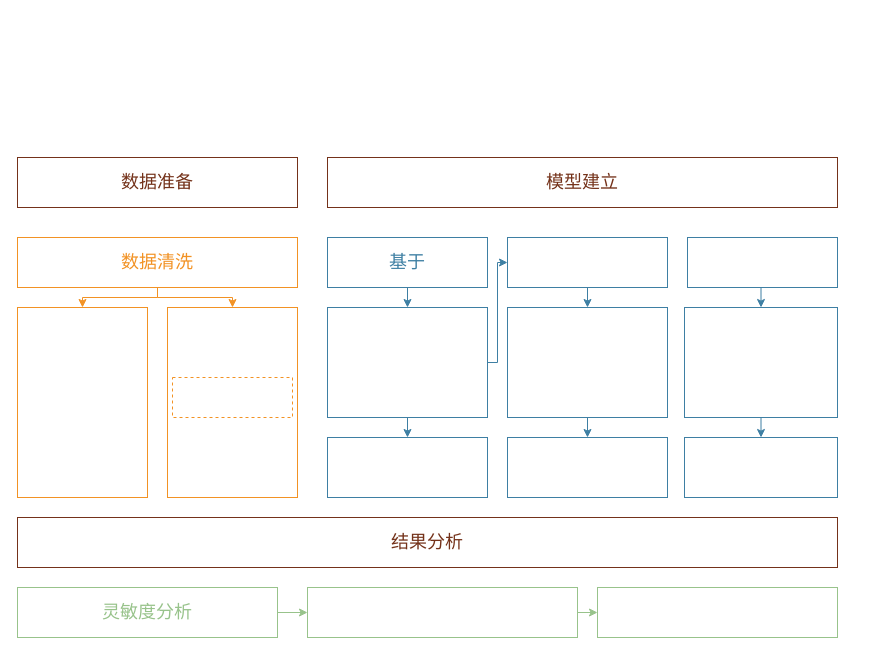
RyunMi/Math-model-code keeps this draw.io diagram as flowgraph/flow.drawio. Above is the earlier version. Source tidied: cells renumbered, new cells numbered last; positions are measured from the earlier drawing's top-left corner, leaving out a move shared by most shapes. Both pictures are drawn from the tidied source at 100%, with x=0, y=0 at pixel (17, 157).
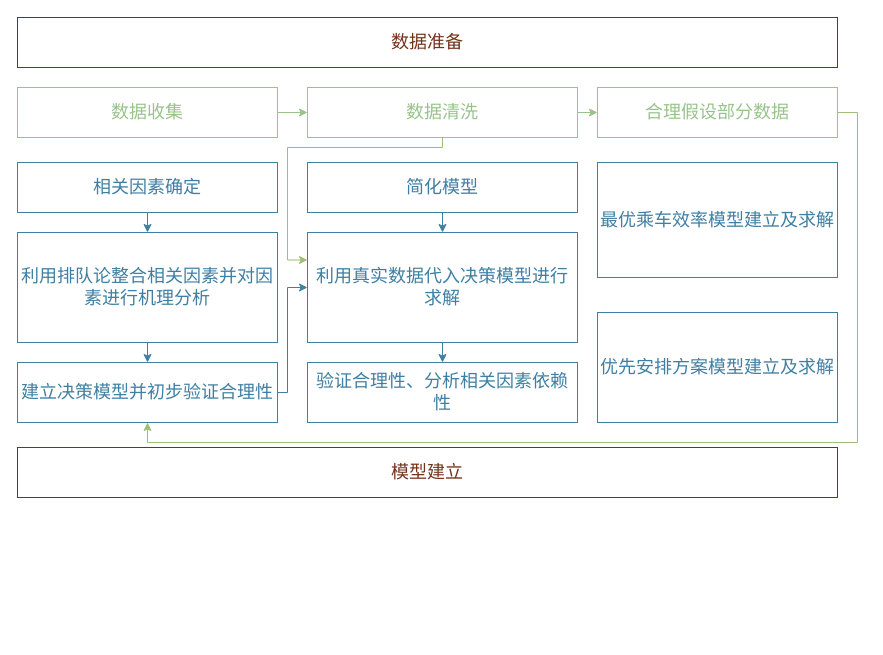
After the change.

The edit, as a diff of the source:
```diff
@@
-    <mxCell id="2" value="&lt;font color=&quot;#74321a&quot; style=&quot;font-size: 18px&quot;&gt;数据准备&lt;/font&gt;" style="rounded=0;whiteSpace=wrap;html=1;fillColor=#FFFFFF;strokeColor=#74321A;" parent="1" vertex="1">
-      <mxGeometry width="280" height="50" as="geometry" />
-    </mxCell>
-    <mxCell id="3" style="edgeStyle=orthogonalEdgeStyle;rounded=0;jettySize=auto;html=1;exitX=0.5;exitY=1;exitDx=0;exitDy=0;entryX=0.5;entryY=0;entryDx=0;entryDy=0;strokeColor=#F29224;" parent="1" edge="1" source="5" target="7">
-      <mxGeometry relative="1" as="geometry">
-        <Array as="points">
-          <mxPoint x="140" y="140" />
-          <mxPoint x="65" y="140" />
-        </Array>
-      </mxGeometry>
-    </mxCell>
-    <mxCell id="4" style="edgeStyle=orthogonalEdgeStyle;rounded=0;jettySize=auto;html=1;exitX=0.5;exitY=1;exitDx=0;exitDy=0;entryX=0.5;entryY=0;entryDx=0;entryDy=0;strokeColor=#F29224;" parent="1" edge="1" source="5" target="8">
-      <mxGeometry relative="1" as="geometry">
-        <Array as="points">
-          <mxPoint x="140" y="140" />
-          <mxPoint x="215" y="140" />
-        </Array>
-      </mxGeometry>
-    </mxCell>
-    <mxCell id="5" value="&lt;font color=&quot;#f29224&quot; style=&quot;font-size: 18px&quot;&gt;数据清洗&lt;/font&gt;" style="rounded=0;whiteSpace=wrap;html=1;strokeColor=#F29224;" parent="1" vertex="1">
-      <mxGeometry y="80" width="280" height="50" as="geometry" />
-    </mxCell>
     <mxCell id="6" value="&lt;font color=&quot;#74321a&quot; style=&quot;font-size: 18px&quot;&gt;模型建立&lt;/font&gt;" style="rounded=0;whiteSpace=wrap;html=1;fillColor=#FFFFFF;strokeColor=#74321A;" parent="1" vertex="1">
-      <mxGeometry x="310" width="510" height="50" as="geometry" />
+      <mxGeometry y="290" width="820" height="50" as="geometry" />
     </mxCell>
-    <mxCell id="7" style="rounded=0;whiteSpace=wrap;html=1;strokeColor=#F29224;" parent="1" vertex="1">
-      <mxGeometry y="150" width="130" height="190" as="geometry" />
-    </mxCell>
-    <mxCell id="8" style="rounded=0;whiteSpace=wrap;html=1;strokeColor=#F29224;" parent="1" vertex="1">
-      <mxGeometry x="150" y="150" width="130" height="190" as="geometry" />
-    </mxCell>
@@
-    <mxCell id="10" value="&lt;font style=&quot;font-size: 18px&quot; color=&quot;#3e7fa3&quot;&gt;基于&lt;/font&gt;" style="rounded=0;whiteSpace=wrap;html=1;strokeColor=#3E7FA3;" parent="1" vertex="1">
-      <mxGeometry x="310" y="80" width="160" height="50" as="geometry" />
+    <mxCell id="10" value="&lt;font style=&quot;font-size: 18px&quot; color=&quot;#3e7fa3&quot;&gt;相关因素确定&lt;/font&gt;" style="rounded=0;whiteSpace=wrap;html=1;strokeColor=#3E7FA3;" parent="1" vertex="1">
+      <mxGeometry y="5" width="260" height="50" as="geometry" />
     </mxCell>
@@
-    <mxCell id="12" style="rounded=0;whiteSpace=wrap;html=1;strokeColor=#3E7FA3;" parent="1" vertex="1">
-      <mxGeometry x="490" y="80" width="160" height="50" as="geometry" />
+    <mxCell id="12" value="&lt;span style=&quot;color: rgb(62 , 127 , 163) ; font-family: &amp;#34;helvetica&amp;#34; ; font-size: 18px ; font-style: normal ; font-weight: 400 ; letter-spacing: normal ; text-align: center ; text-indent: 0px ; text-transform: none ; word-spacing: 0px ; background-color: rgb(255 , 255 , 255) ; display: inline ; float: none&quot;&gt;简化模型&lt;/span&gt;" style="rounded=0;whiteSpace=wrap;html=1;strokeColor=#3E7FA3;" parent="1" vertex="1">
+      <mxGeometry x="290" y="5" width="270" height="50" as="geometry" />
     </mxCell>
-    <mxCell id="13" style="edgeStyle=orthogonalEdgeStyle;rounded=0;jettySize=auto;html=1;exitX=0.5;exitY=1;exitDx=0;exitDy=0;entryX=0.5;entryY=0;entryDx=0;entryDy=0;strokeColor=#3E7FA3;" parent="1" edge="1" source="14" target="24">
-      <mxGeometry relative="1" as="geometry" />
-    </mxCell>
-    <mxCell id="14" style="rounded=0;whiteSpace=wrap;html=1;strokeColor=#3E7FA3;" parent="1" vertex="1">
-      <mxGeometry x="670" y="80" width="150" height="50" as="geometry" />
+    <mxCell id="14" value="&lt;span style=&quot;color: rgb(62 , 127 , 163) ; font-family: &amp;#34;helvetica&amp;#34; ; font-size: 18px ; font-style: normal ; font-weight: 400 ; letter-spacing: normal ; text-align: center ; text-indent: 0px ; text-transform: none ; word-spacing: 0px ; background-color: rgb(255 , 255 , 255) ; display: inline ; float: none&quot;&gt;最优乘车效率模型建立及求解&lt;/span&gt;" style="rounded=0;whiteSpace=wrap;html=1;strokeColor=#3E7FA3;" parent="1" vertex="1">
+      <mxGeometry x="580" y="5" width="240" height="115" as="geometry" />
     </mxCell>
-    <mxCell id="15" value="&lt;font color=&quot;#74321a&quot; style=&quot;font-size: 18px&quot;&gt;结果分析&lt;/font&gt;" style="rounded=0;whiteSpace=wrap;html=1;strokeColor=#74321A;" parent="1" vertex="1">
-      <mxGeometry y="360" width="820" height="50" as="geometry" />
-    </mxCell>
@@
-    <mxCell id="17" style="edgeStyle=orthogonalEdgeStyle;rounded=0;jettySize=auto;html=1;exitX=1;exitY=0.5;exitDx=0;exitDy=0;entryX=0;entryY=0.5;entryDx=0;entryDy=0;strokeColor=#3E7FA3;" parent="1" edge="1" source="18" target="12">
-      <mxGeometry relative="1" as="geometry">
-        <Array as="points">
-          <mxPoint x="480" y="205" />
-          <mxPoint x="480" y="105" />
-        </Array>
-      </mxGeometry>
-    </mxCell>
-    <mxCell id="18" style="rounded=0;whiteSpace=wrap;html=1;strokeColor=#3E7FA3;" parent="1" vertex="1">
-      <mxGeometry x="310" y="150" width="160" height="110" as="geometry" />
+    <mxCell id="18" value="&lt;span style=&quot;color: rgb(62 , 127 , 163) ; font-family: &amp;#34;helvetica&amp;#34; ; font-size: 18px ; font-style: normal ; font-weight: 400 ; letter-spacing: normal ; text-align: center ; text-indent: 0px ; text-transform: none ; word-spacing: 0px ; background-color: rgb(255 , 255 , 255) ; display: inline ; float: none&quot;&gt;利用排队论整合相关因素并对因素进行机理分析&lt;/span&gt;" style="rounded=0;whiteSpace=wrap;html=1;strokeColor=#3E7FA3;" parent="1" vertex="1">
+      <mxGeometry y="75" width="260" height="110" as="geometry" />
     </mxCell>
+    <mxCell id="32" style="edgeStyle=orthogonalEdgeStyle;rounded=0;jettySize=auto;html=1;exitX=1;exitY=0.5;exitDx=0;exitDy=0;entryX=0;entryY=0.5;entryDx=0;entryDy=0;strokeColor=#3E7FA3;fillColor=#3E7FA3;" parent="1" edge="1" source="19" target="21">
+      <mxGeometry relative="1" as="geometry">
+        <Array as="points">
+          <mxPoint x="270" y="235" />
+          <mxPoint x="270" y="130" />
+        </Array>
+      </mxGeometry>
+    </mxCell>
-    <mxCell id="19" style="rounded=0;whiteSpace=wrap;html=1;strokeColor=#3E7FA3;" parent="1" vertex="1">
-      <mxGeometry x="310" y="280" width="160" height="60" as="geometry" />
+    <mxCell id="19" value="&lt;span style=&quot;color: rgb(62 , 127 , 163) ; font-size: 18px&quot;&gt;建立决策模型并初步验证合理性&lt;/span&gt;" style="rounded=0;whiteSpace=wrap;html=1;strokeColor=#3E7FA3;" parent="1" vertex="1">
+      <mxGeometry y="205" width="260" height="60" as="geometry" />
     </mxCell>
@@
-    <mxCell id="21" style="rounded=0;whiteSpace=wrap;html=1;strokeColor=#3E7FA3;" parent="1" vertex="1">
-      <mxGeometry x="490" y="150" width="160" height="110" as="geometry" />
+    <mxCell id="21" value="&lt;span style=&quot;color: rgb(62 , 127 , 163) ; font-size: 18px&quot;&gt;利用真实数据代入决策模型进行求解&lt;/span&gt;" style="rounded=0;whiteSpace=wrap;html=1;strokeColor=#3E7FA3;" parent="1" vertex="1">
+      <mxGeometry x="290" y="75" width="270" height="110" as="geometry" />
     </mxCell>
-    <mxCell id="22" style="rounded=0;whiteSpace=wrap;html=1;strokeColor=#3E7FA3;" parent="1" vertex="1">
-      <mxGeometry x="490" y="280" width="160" height="60" as="geometry" />
+    <mxCell id="22" value="&lt;span style=&quot;color: rgb(62 , 127 , 163) ; font-size: 18px&quot;&gt;验证合理性、分析相关因素依赖性&lt;/span&gt;" style="rounded=0;whiteSpace=wrap;html=1;strokeColor=#3E7FA3;" parent="1" vertex="1">
+      <mxGeometry x="290" y="205" width="270" height="60" as="geometry" />
     </mxCell>
-    <mxCell id="23" style="edgeStyle=orthogonalEdgeStyle;rounded=0;jettySize=auto;html=1;exitX=0.5;exitY=1;exitDx=0;exitDy=0;entryX=0.5;entryY=0;entryDx=0;entryDy=0;strokeColor=#3E7FA3;" parent="1" edge="1" source="24" target="30">
-      <mxGeometry relative="1" as="geometry" />
-    </mxCell>
-    <mxCell id="24" style="rounded=0;whiteSpace=wrap;html=1;strokeColor=#3E7FA3;" parent="1" vertex="1">
-      <mxGeometry x="667" y="150" width="153" height="110" as="geometry" />
+    <mxCell id="24" value="&lt;span style=&quot;color: rgb(62 , 127 , 163) ; font-family: &amp;#34;helvetica&amp;#34; ; font-size: 18px&quot;&gt;优先安排方案模型建立及求解&lt;/span&gt;" style="rounded=0;whiteSpace=wrap;html=1;strokeColor=#3E7FA3;" parent="1" vertex="1">
+      <mxGeometry x="580" y="155" width="240" height="110" as="geometry" />
     </mxCell>
-    <mxCell id="25" style="edgeStyle=orthogonalEdgeStyle;rounded=0;jettySize=auto;html=1;exitX=1;exitY=0.5;exitDx=0;exitDy=0;entryX=0;entryY=0.5;entryDx=0;entryDy=0;strokeColor=#98C38B;" parent="1" edge="1" source="26" target="28">
-      <mxGeometry relative="1" as="geometry" />
-    </mxCell>
-    <mxCell id="26" value="&lt;font color=&quot;#98c38b&quot; style=&quot;font-size: 18px&quot;&gt;灵敏度分析&lt;/font&gt;" style="rounded=0;whiteSpace=wrap;html=1;strokeColor=#98C38B;" parent="1" vertex="1">
-      <mxGeometry y="430" width="260" height="50" as="geometry" />
-    </mxCell>
-    <mxCell id="27" style="edgeStyle=orthogonalEdgeStyle;rounded=0;jettySize=auto;html=1;exitX=1;exitY=0.5;exitDx=0;exitDy=0;entryX=0;entryY=0.5;entryDx=0;entryDy=0;strokeColor=#98C38B;" parent="1" edge="1" source="28" target="29">
-      <mxGeometry relative="1" as="geometry" />
-    </mxCell>
-    <mxCell id="28" style="rounded=0;whiteSpace=wrap;html=1;strokeColor=#98C38B;" parent="1" vertex="1">
-      <mxGeometry x="290" y="430" width="270" height="50" as="geometry" />
-    </mxCell>
-    <mxCell id="29" style="rounded=0;whiteSpace=wrap;html=1;strokeColor=#98C38B;" parent="1" vertex="1">
-      <mxGeometry x="580" y="430" width="240" height="50" as="geometry" />
-    </mxCell>
-    <mxCell id="30" style="rounded=0;whiteSpace=wrap;html=1;strokeColor=#3E7FA3;" parent="1" vertex="1">
-      <mxGeometry x="667" y="280" width="153" height="60" as="geometry" />
-    </mxCell>
-    <mxCell id="31" style="rounded=0;whiteSpace=wrap;html=1;fillColor=#FFFFFF;dashed=1;strokeColor=#F29224;" parent="1" vertex="1">
-      <mxGeometry x="155" y="220" width="120" height="40" as="geometry" />
-    </mxCell>
+    <mxCell id="2" value="&lt;font color=&quot;#74321a&quot;&gt;&lt;span style=&quot;font-size: 18px&quot;&gt;数据准备&lt;/span&gt;&lt;/font&gt;" style="rounded=0;whiteSpace=wrap;html=1;strokeColor=#74321A;" parent="1" vertex="1">
+      <mxGeometry y="-140" width="820" height="50" as="geometry" />
+    </mxCell>
+    <mxCell id="33" style="edgeStyle=orthogonalEdgeStyle;rounded=0;jettySize=auto;html=1;exitX=1;exitY=0.5;exitDx=0;exitDy=0;entryX=0;entryY=0.5;entryDx=0;entryDy=0;strokeColor=#98C38B;" parent="1" edge="1" source="34" target="5">
+      <mxGeometry relative="1" as="geometry" />
+    </mxCell>
+    <mxCell id="34" value="&lt;font color=&quot;#98c38b&quot;&gt;&lt;span style=&quot;font-size: 18px&quot;&gt;数据收集&lt;/span&gt;&lt;/font&gt;" style="rounded=0;whiteSpace=wrap;html=1;strokeColor=#98C38B;" parent="1" vertex="1">
+      <mxGeometry y="-70" width="260" height="50" as="geometry" />
+    </mxCell>
+    <mxCell id="35" style="edgeStyle=orthogonalEdgeStyle;rounded=0;jettySize=auto;html=1;exitX=1;exitY=0.5;exitDx=0;exitDy=0;entryX=0;entryY=0.5;entryDx=0;entryDy=0;strokeColor=#98C38B;" parent="1" edge="1" source="5" target="38">
+      <mxGeometry relative="1" as="geometry" />
+    </mxCell>
+    <mxCell id="36" style="edgeStyle=orthogonalEdgeStyle;rounded=0;jettySize=auto;html=1;exitX=0.5;exitY=1;exitDx=0;exitDy=0;entryX=0;entryY=0.25;entryDx=0;entryDy=0;strokeColor=#9EBD75;fillColor=#3E7FA3;" parent="1" edge="1" source="5" target="21">
+      <mxGeometry relative="1" as="geometry">
+        <Array as="points">
+          <mxPoint x="425" y="-10" />
+          <mxPoint x="270" y="-10" />
+          <mxPoint x="270" y="103" />
+        </Array>
+      </mxGeometry>
+    </mxCell>
+    <mxCell id="5" value="&lt;span style=&quot;color: rgb(152 , 195 , 139) ; font-size: 18px&quot;&gt;数据清洗&lt;/span&gt;" style="rounded=0;whiteSpace=wrap;html=1;strokeColor=#98C38B;" parent="1" vertex="1">
+      <mxGeometry x="290" y="-70" width="270" height="50" as="geometry" />
+    </mxCell>
+    <mxCell id="37" style="edgeStyle=orthogonalEdgeStyle;rounded=0;jettySize=auto;html=1;exitX=1;exitY=0.5;exitDx=0;exitDy=0;entryX=0.5;entryY=1;entryDx=0;entryDy=0;strokeColor=#9EBD75;" parent="1" edge="1" source="38" target="19">
+      <mxGeometry relative="1" as="geometry" />
+    </mxCell>
+    <mxCell id="38" value="&lt;span style=&quot;color: rgb(152 , 195 , 139) ; font-size: 18px&quot;&gt;合理假设部分数据&lt;/span&gt;" style="rounded=0;whiteSpace=wrap;html=1;strokeColor=#98C38B;" parent="1" vertex="1">
+      <mxGeometry x="580" y="-70" width="240" height="50" as="geometry" />
+    </mxCell>
```
